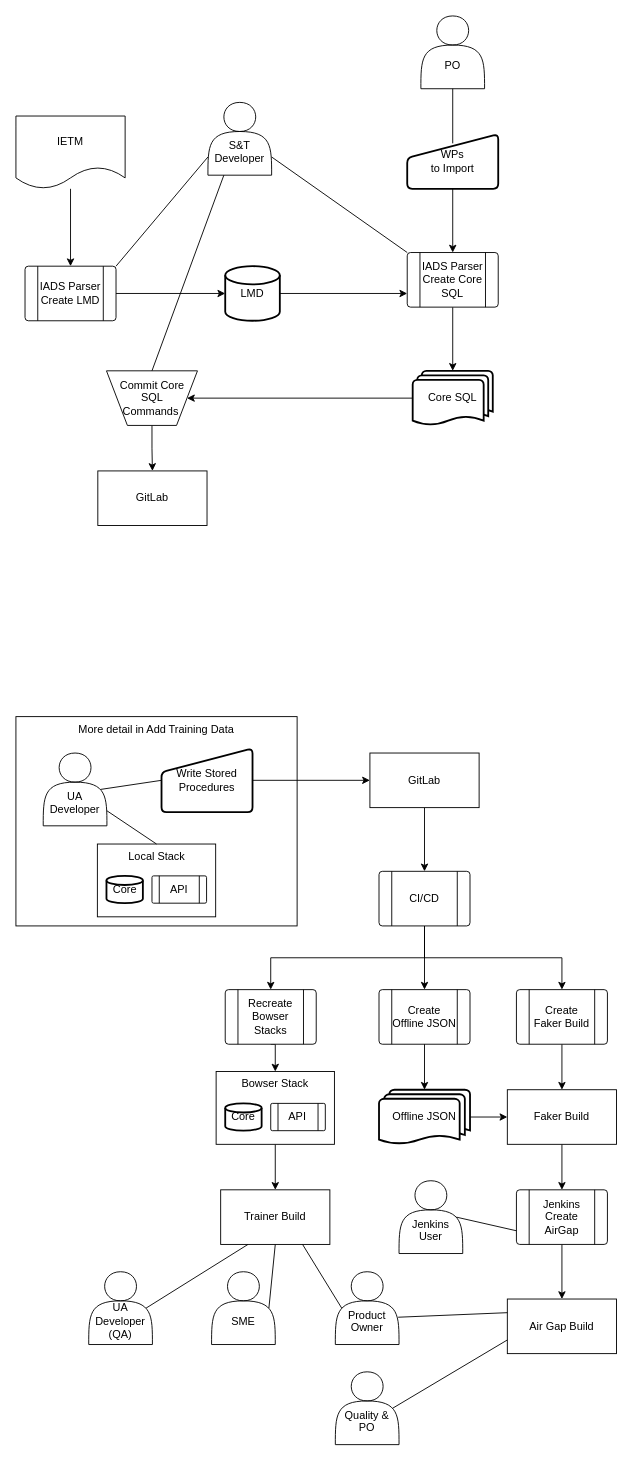
Bspeirtorch/draw keeps this draw.io diagram as IETM Based Workflows/Testing Overview v1.drawio. Above is the earlier version. Source tidied: cells renumbered, new cells numbered last; positions are measured from the earlier drawing's top-left corner, leaving out a move shared by most shapes. Both pictures are drawn from the tidied source at 91%, with x=0, y=0 at pixel (15, 15).
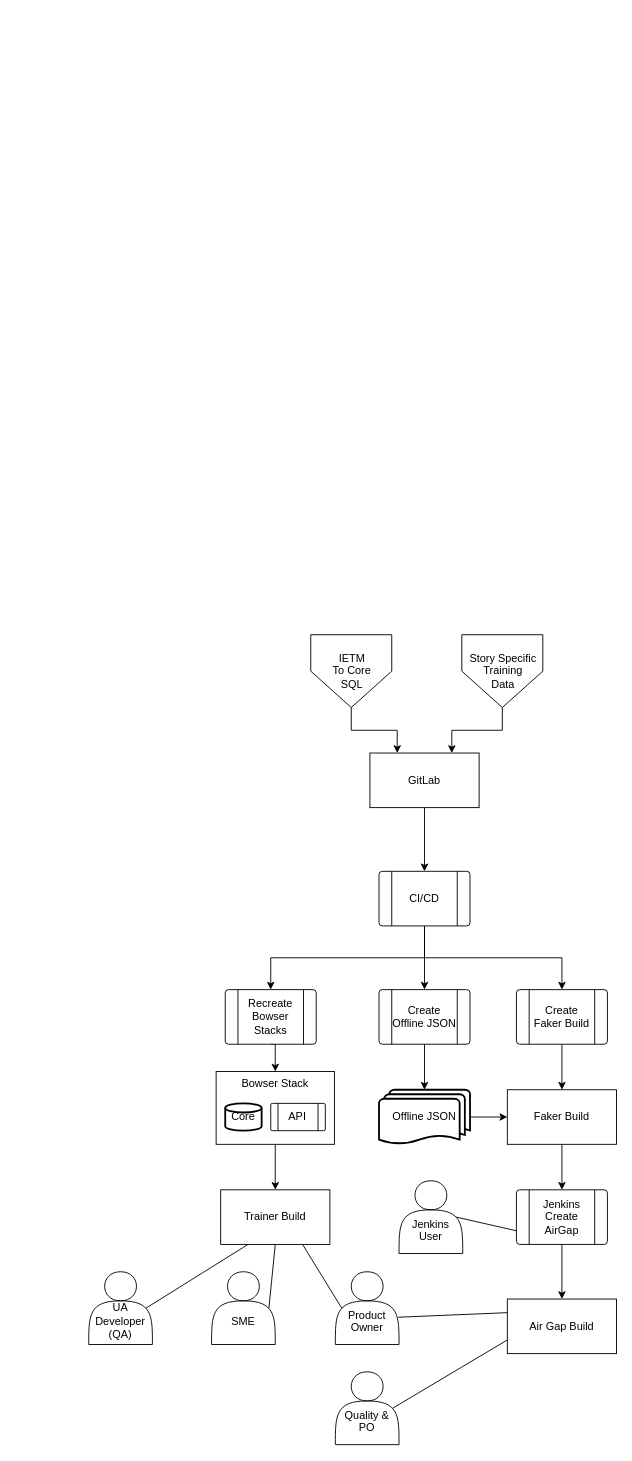
Above is the later version.

The change refers to these unchanged cells:
```xml
<mxCell id="49" value="GitLab" style="rounded=0;whiteSpace=wrap;html=1;" parent="1" vertex="1">
  <mxGeometry x="389" y="810" width="120" height="60" as="geometry" />
</mxCell>
```

Change to the diagram source:
```diff
@@
-    <mxCell id="2" value="More detail in Add Training Data" style="rounded=0;whiteSpace=wrap;html=1;fillColor=none;verticalAlign=top;" parent="1" vertex="1">
-      <mxGeometry y="770" width="309" height="230" as="geometry" />
-    </mxCell>
-    <mxCell id="3" value="IETM" style="shape=document;whiteSpace=wrap;html=1;boundedLbl=1;" parent="1" vertex="1">
-      <mxGeometry y="110" width="120" height="80" as="geometry" />
-    </mxCell>
-    <mxCell id="4" style="edgeStyle=orthogonalEdgeStyle;rounded=0;jettySize=auto;html=1;exitX=0.5;exitY=0;exitDx=0;exitDy=0;endArrow=none;endFill=0;startArrow=classic;startFill=1;" parent="1" edge="1" source="11" target="3">
-      <mxGeometry relative="1" as="geometry" />
-    </mxCell>
-    <mxCell id="5" style="edgeStyle=orthogonalEdgeStyle;rounded=0;jettySize=auto;html=1;exitX=1;exitY=0.5;exitDx=0;exitDy=0;entryX=0;entryY=0.5;entryDx=0;entryDy=0;entryPerimeter=0;" parent="1" edge="1" source="11" target="10">
-      <mxGeometry relative="1" as="geometry" />
-    </mxCell>
-    <mxCell id="6" value="Write Stored&lt;br&gt;Procedures" style="html=1;strokeWidth=2;shape=manualInput;whiteSpace=wrap;rounded=1;size=26;arcSize=11;" parent="1" vertex="1">
-      <mxGeometry x="160" y="805" width="100" height="70" as="geometry" />
-    </mxCell>
@@
-    <mxCell id="8" style="edgeStyle=orthogonalEdgeStyle;rounded=0;jettySize=auto;html=1;exitX=1;exitY=0.5;exitDx=0;exitDy=0;entryX=0;entryY=0.5;entryDx=0;entryDy=0;" parent="1" edge="1" source="6" target="49">
-      <mxGeometry relative="1" as="geometry" />
-    </mxCell>
-    <mxCell id="9" style="edgeStyle=orthogonalEdgeStyle;rounded=0;jettySize=auto;html=1;exitX=1;exitY=0.5;exitDx=0;exitDy=0;exitPerimeter=0;entryX=0;entryY=0.75;entryDx=0;entryDy=0;" parent="1" edge="1" source="10" target="43">
-      <mxGeometry relative="1" as="geometry" />
-    </mxCell>
-    <mxCell id="10" value="LMD" style="strokeWidth=2;html=1;shape=mxgraph.flowchart.database;whiteSpace=wrap;" parent="1" vertex="1">
-      <mxGeometry x="230" y="275" width="60" height="60" as="geometry" />
-    </mxCell>
-    <mxCell id="11" value="IADS Parser Create LMD" style="verticalLabelPosition=middle;verticalAlign=middle;html=1;shape=process;whiteSpace=wrap;rounded=1;size=0.14;arcSize=6;labelPosition=center;align=center;" parent="1" vertex="1">
-      <mxGeometry x="10" y="275" width="100" height="60" as="geometry" />
-    </mxCell>
-    <mxCell id="12" value="&lt;br&gt;&lt;br&gt;UA Developer" style="shape=actor;whiteSpace=wrap;html=1;labelPosition=center;verticalLabelPosition=middle;align=center;verticalAlign=middle;" parent="1" vertex="1">
-      <mxGeometry x="30" y="810" width="70" height="80" as="geometry" />
-    </mxCell>
@@
-    <mxCell id="34" value="&lt;br&gt;&lt;br&gt;S&amp;amp;T&lt;br&gt;Developer" style="shape=actor;whiteSpace=wrap;html=1;labelPosition=center;verticalLabelPosition=middle;align=center;verticalAlign=middle;" parent="1" vertex="1">
-      <mxGeometry x="211" y="95" width="70" height="80" as="geometry" />
-    </mxCell>
-    <mxCell id="35" style="endArrow=none;html=1;rounded=0;entryX=0;entryY=0;entryDx=0;entryDy=0;exitX=1;exitY=0.75;exitDx=0;exitDy=0;endFill=0;" parent="1" edge="1" source="34" target="43">
-      <mxGeometry relative="1" as="geometry" />
-    </mxCell>
-    <mxCell id="36" style="endArrow=none;html=1;rounded=0;entryX=1;entryY=0;entryDx=0;entryDy=0;exitX=0;exitY=0.75;exitDx=0;exitDy=0;endFill=0;" parent="1" edge="1" source="34" target="11">
-      <mxGeometry relative="1" as="geometry" />
-    </mxCell>
-    <mxCell id="37" style="edgeStyle=orthogonalEdgeStyle;rounded=0;jettySize=auto;html=1;exitX=0.5;exitY=1;exitDx=0;exitDy=0;entryX=0.5;entryY=0;entryDx=0;entryDy=0;" parent="1" edge="1" source="38" target="47">
-      <mxGeometry relative="1" as="geometry" />
-    </mxCell>
-    <mxCell id="38" value="Commit Core SQL &lt;br&gt;Commands&amp;nbsp;" style="verticalLabelPosition=middle;verticalAlign=middle;html=1;shape=trapezoid;perimeter=trapezoidPerimeter;whiteSpace=wrap;size=0.23;arcSize=10;flipV=1;labelPosition=center;align=center;" parent="1" vertex="1">
-      <mxGeometry x="99.5" y="390" width="100" height="60" as="geometry" />
-    </mxCell>
-    <mxCell id="39" value="Core SQL" style="strokeWidth=2;html=1;shape=mxgraph.flowchart.multi-document;whiteSpace=wrap;" parent="1" vertex="1">
-      <mxGeometry x="436" y="390" width="88" height="60" as="geometry" />
-    </mxCell>
-    <mxCell id="40" style="edgeStyle=orthogonalEdgeStyle;rounded=0;jettySize=auto;html=1;exitX=0.5;exitY=1;exitDx=0;exitDy=0;" parent="1" edge="1" source="41" target="43">
-      <mxGeometry relative="1" as="geometry" />
-    </mxCell>
-    <mxCell id="41" value="WPs&lt;br&gt;to Import" style="html=1;strokeWidth=2;shape=manualInput;whiteSpace=wrap;rounded=1;size=26;arcSize=11;" parent="1" vertex="1">
-      <mxGeometry x="430" y="130" width="100" height="60" as="geometry" />
-    </mxCell>
-    <mxCell id="42" style="edgeStyle=orthogonalEdgeStyle;rounded=0;jettySize=auto;html=1;exitX=0.5;exitY=1;exitDx=0;exitDy=0;" parent="1" edge="1" source="43" target="39">
-      <mxGeometry relative="1" as="geometry" />
-    </mxCell>
-    <mxCell id="43" value="IADS Parser Create Core SQL" style="verticalLabelPosition=middle;verticalAlign=middle;html=1;shape=process;whiteSpace=wrap;rounded=1;size=0.14;arcSize=6;labelPosition=center;align=center;" parent="1" vertex="1">
-      <mxGeometry x="430" y="260" width="100" height="60" as="geometry" />
-    </mxCell>
-    <mxCell id="44" value="&lt;br&gt;&lt;br&gt;PO" style="shape=actor;whiteSpace=wrap;html=1;labelPosition=center;verticalLabelPosition=middle;align=center;verticalAlign=middle;" parent="1" vertex="1">
-      <mxGeometry x="445" width="70" height="80" as="geometry" />
-    </mxCell>
-    <mxCell id="45" style="edgeStyle=orthogonalEdgeStyle;rounded=0;jettySize=auto;html=1;exitX=0.5;exitY=1;exitDx=0;exitDy=0;entryX=0.5;entryY=0.167;entryDx=0;entryDy=0;entryPerimeter=0;endArrow=none;endFill=0;" parent="1" edge="1" source="44" target="41">
-      <mxGeometry relative="1" as="geometry" />
-    </mxCell>
@@
-    <mxCell id="47" value="GitLab" style="rounded=0;whiteSpace=wrap;html=1;" parent="1" vertex="1">
-      <mxGeometry x="90" y="500" width="120" height="60" as="geometry" />
-    </mxCell>
@@
-    <mxCell id="58" style="endArrow=none;html=1;rounded=0;exitX=0.9;exitY=0.5;exitDx=0;exitDy=0;exitPerimeter=0;entryX=0;entryY=0.5;entryDx=0;entryDy=0;" parent="1" edge="1" source="12" target="6">
-      <mxGeometry relative="1" as="geometry" />
-    </mxCell>
-    <mxCell id="59" value="Local Stack" style="rounded=0;whiteSpace=wrap;html=1;verticalAlign=top;" parent="1" vertex="1">
-      <mxGeometry x="89.5" y="910" width="130" height="80" as="geometry" />
-    </mxCell>
-    <mxCell id="60" value="Core" style="strokeWidth=2;html=1;shape=mxgraph.flowchart.database;whiteSpace=wrap;" parent="1" vertex="1">
-      <mxGeometry x="99.5" y="945" width="40" height="30" as="geometry" />
-    </mxCell>
-    <mxCell id="61" value="API" style="verticalLabelPosition=middle;verticalAlign=middle;html=1;shape=process;whiteSpace=wrap;rounded=1;size=0.14;arcSize=6;labelPosition=center;align=center;" parent="1" vertex="1">
-      <mxGeometry x="149.5" y="945" width="60" height="30" as="geometry" />
-    </mxCell>
-    <mxCell id="62" style="endArrow=none;html=1;rounded=0;exitX=0.5;exitY=0;exitDx=0;exitDy=0;" parent="1" edge="1" source="59" target="12">
-      <mxGeometry relative="1" as="geometry" />
-    </mxCell>
-    <mxCell id="63" style="edgeStyle=orthogonalEdgeStyle;rounded=0;jettySize=auto;html=1;exitX=0;exitY=0.5;exitDx=0;exitDy=0;exitPerimeter=0;entryX=1;entryY=0.5;entryDx=0;entryDy=0;" parent="1" edge="1" source="39" target="38">
-      <mxGeometry relative="1" as="geometry" />
-    </mxCell>
-    <mxCell id="64" style="endArrow=none;html=1;rounded=0;entryX=0.25;entryY=1;entryDx=0;entryDy=0;exitX=0.5;exitY=0;exitDx=0;exitDy=0;" parent="1" edge="1" source="38" target="34">
-      <mxGeometry relative="1" as="geometry" />
-    </mxCell>
@@
+    <mxCell id="67" value="IETM&lt;br&gt;To Core&lt;br&gt;SQL" style="verticalLabelPosition=middle;verticalAlign=middle;html=1;shape=offPageConnector;rounded=0;size=0.5;labelPosition=center;align=center;" parent="1" vertex="1">
+      <mxGeometry x="324" y="680" width="89" height="80" as="geometry" />
+    </mxCell>
+    <mxCell id="68" value="Story Specific&lt;br&gt;Training&lt;br&gt;Data" style="verticalLabelPosition=middle;verticalAlign=middle;html=1;shape=offPageConnector;rounded=0;size=0.5;labelPosition=center;align=center;" parent="1" vertex="1">
+      <mxGeometry x="490" y="680" width="89" height="80" as="geometry" />
+    </mxCell>
+    <mxCell id="69" style="edgeStyle=orthogonalEdgeStyle;rounded=0;jettySize=auto;html=1;exitX=0.5;exitY=1;exitDx=0;exitDy=0;entryX=0.25;entryY=0;entryDx=0;entryDy=0;" parent="1" edge="1" source="67" target="49">
+      <mxGeometry relative="1" as="geometry" />
+    </mxCell>
+    <mxCell id="70" style="edgeStyle=orthogonalEdgeStyle;rounded=0;jettySize=auto;html=1;exitX=0.5;exitY=1;exitDx=0;exitDy=0;entryX=0.75;entryY=0;entryDx=0;entryDy=0;" parent="1" edge="1" source="68" target="49">
+      <mxGeometry relative="1" as="geometry" />
+    </mxCell>
```
